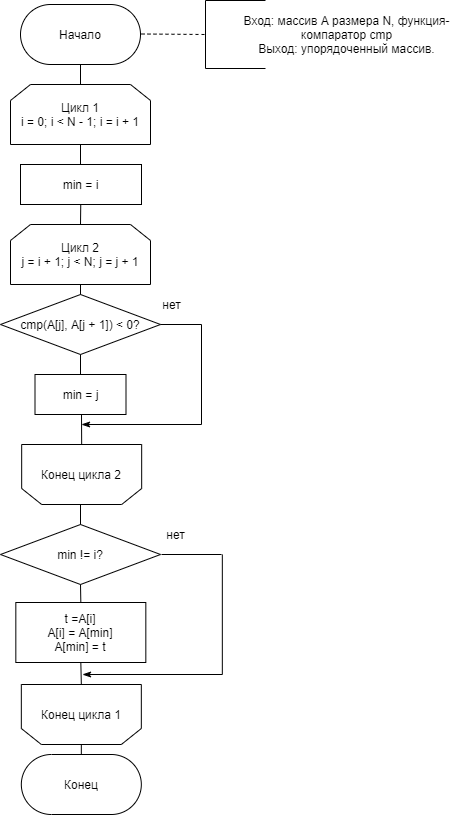
Before: AA/lab_03/docs/imgs/ssort.png, a diagram exported from draw.io (Yokud/5_sem_SE). Source tidied: cells renumbered, new cells last; positions are measured from the earlier drawing's top-left corner, leaving out a move shared by most shapes.
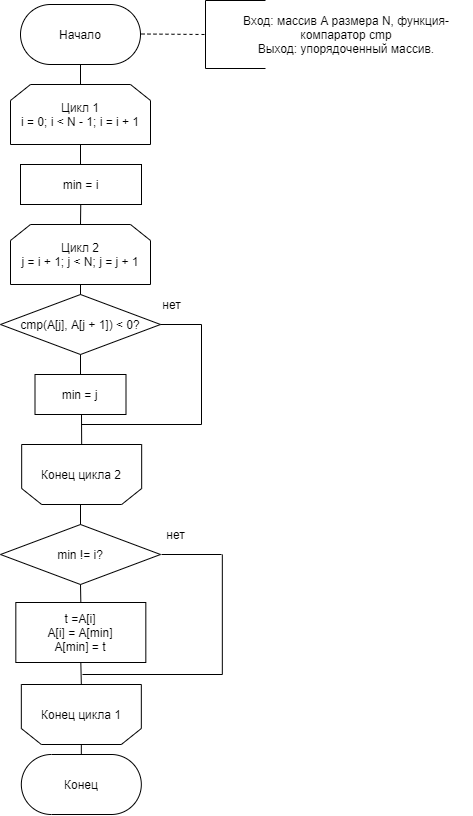
Above is the later version.

Diff of the diagram source:
```diff
@@ -70,7 +70,7 @@
         <mxPoint x="221" y="550" as="targetPoint" />
       </mxGeometry>
     </mxCell>
-    <mxCell id="20" style="endArrow=classicThin;html=1;endFill=1;" parent="1" edge="1">
+    <mxCell id="20" style="endArrow=none;html=1;endFill=0;" parent="1" edge="1">
       <mxGeometry relative="1" as="geometry">
         <mxPoint x="221.8" y="670" as="sourcePoint" />
         <mxPoint x="82" y="670" as="targetPoint" />
@@ -99,7 +99,7 @@
         <mxPoint x="201" y="320" as="targetPoint" />
       </mxGeometry>
     </mxCell>
-    <mxCell id="27" style="endArrow=classicThin;html=1;endFill=1;" parent="1" edge="1">
+    <mxCell id="27" style="endArrow=none;html=1;endFill=0;" parent="1" edge="1">
       <mxGeometry relative="1" as="geometry">
         <mxPoint x="201" y="420" as="sourcePoint" />
         <mxPoint x="81" y="420" as="targetPoint" />
```
